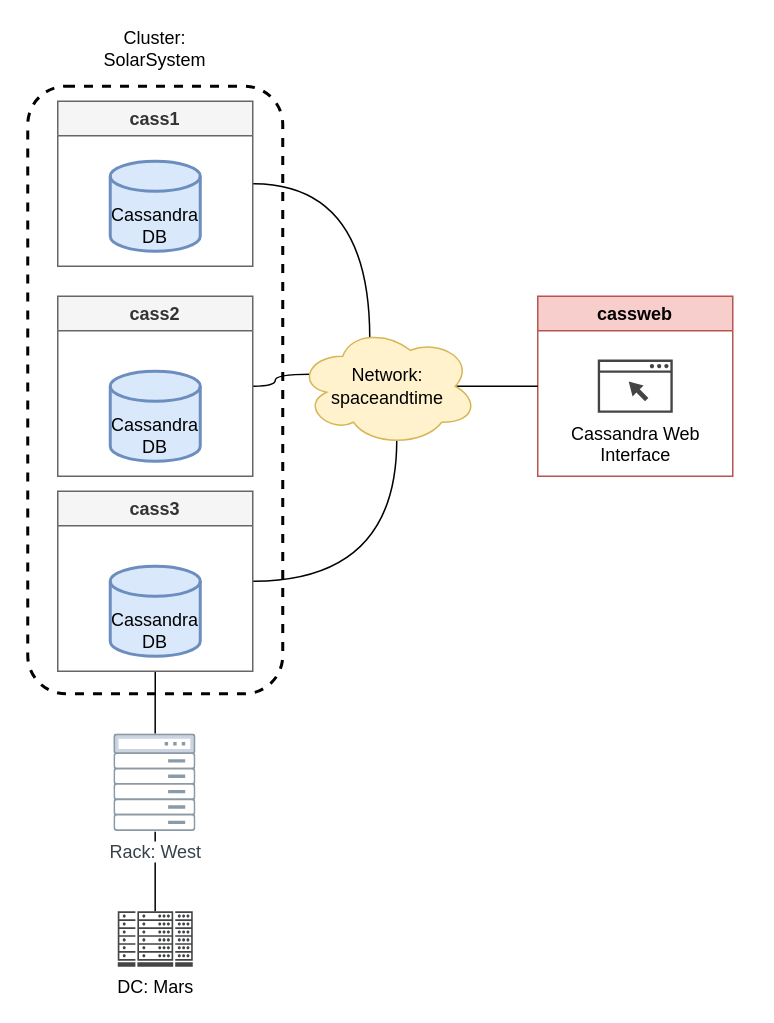
The draw.io diagram architecture.drawio in Miracle-Fruit/kikeriki, before the edit. Source tidied: cells renumbered, new cells numbered last; positions are measured from the earlier drawing's top-left corner, leaving out a move shared by most shapes. Both pictures are drawn from the tidied source at 150%, with x=0, y=0 at pixel (27, 26).
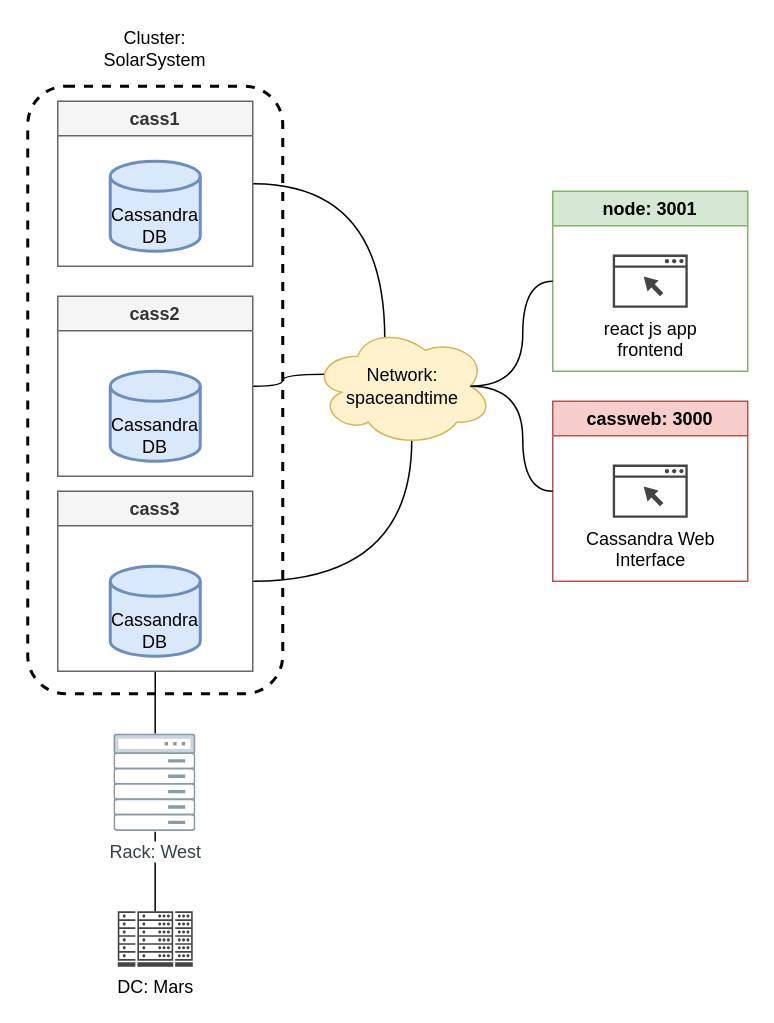
After the change.

Commit message (it also covers changes not shown here):
change port of react app and update documentation

The edit, as a diff of the source:
```diff
@@
-    <mxCell id="13" value="cassweb" style="swimlane;fillColor=#f8cecc;strokeColor=#b85450;" parent="1" vertex="1">
-      <mxGeometry x="340" y="180" width="130" height="120" as="geometry" />
+    <mxCell id="13" value="cassweb: 3000" style="swimlane;fillColor=#f8cecc;strokeColor=#b85450;" parent="1" vertex="1">
+      <mxGeometry x="350" y="250" width="130" height="120" as="geometry" />
     </mxCell>
@@
     <mxCell id="16" value="Network:&lt;br&gt;spaceandtime" style="ellipse;shape=cloud;whiteSpace=wrap;html=1;fillColor=#fff2cc;strokeColor=#d6b656;" parent="1" vertex="1">
-      <mxGeometry x="180" y="200" width="120" height="80" as="geometry" />
+      <mxGeometry x="190" y="200" width="120" height="80" as="geometry" />
     </mxCell>
@@
+    <mxCell id="21" value="node: 3001" style="swimlane;fillColor=#d5e8d4;strokeColor=#82b366;" parent="1" vertex="1">
+      <mxGeometry x="350" y="110" width="130" height="120" as="geometry" />
+    </mxCell>
+    <mxCell id="22" value="react js app&lt;br&gt;frontend" style="sketch=0;shadow=0;dashed=0;html=1;strokeColor=none;fillColor=#434445;labelPosition=center;verticalLabelPosition=bottom;verticalAlign=top;align=center;shape=mxgraph.vvd.web_browser;" parent="21" vertex="1">
+      <mxGeometry x="40" y="42.2" width="50" height="35.5" as="geometry" />
+    </mxCell>
+    <mxCell id="23" style="edgeStyle=orthogonalEdgeStyle;curved=1;html=1;exitX=0.875;exitY=0.5;exitDx=0;exitDy=0;exitPerimeter=0;entryX=0;entryY=0.5;entryDx=0;entryDy=0;startArrow=none;startFill=0;endArrow=none;endFill=0;" parent="1" edge="1" source="16" target="21">
+      <mxGeometry relative="1" as="geometry" />
+    </mxCell>
```
